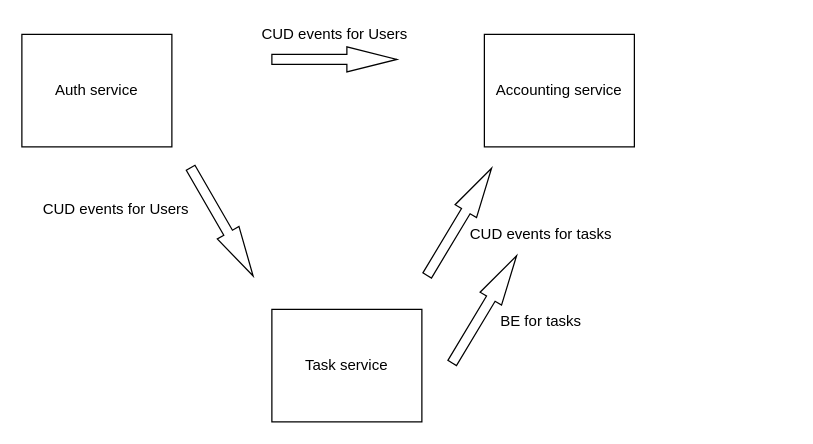
Earlier version of the draw.io diagram service_model.drawio (fedorov-dmitry/aTES). Source tidied: cells renumbered, new cells numbered last; positions are measured from the earlier drawing's top-left corner, leaving out a move shared by most shapes. Both pictures are drawn from the tidied source at 125%, with x=0, y=0 at pixel (21, 21).
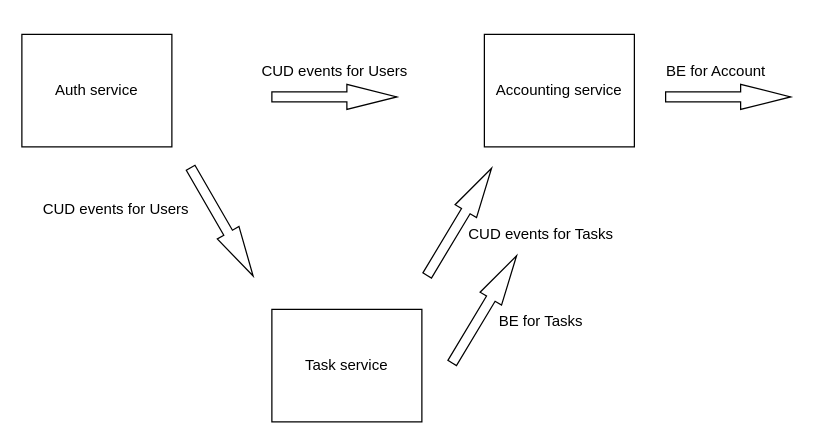
The same page after the edit.

Change to the diagram source:
```diff
@@
 <mxGraphModel>
   <root>
     <mxCell id="0" />
     <mxCell id="1" parent="0" />
     <mxCell id="2" value="Auth service" style="rounded=0;whiteSpace=wrap;html=1;" parent="1" vertex="1">
       <mxGeometry y="10" width="120" height="90" as="geometry" />
     </mxCell>
     <mxCell id="3" value="Task service" style="rounded=0;whiteSpace=wrap;html=1;" parent="1" vertex="1">
       <mxGeometry x="200" y="230" width="120" height="90" as="geometry" />
     </mxCell>
     <mxCell id="4" value="Accounting service" style="rounded=0;whiteSpace=wrap;html=1;" parent="1" vertex="1">
       <mxGeometry x="370" y="10" width="120" height="90" as="geometry" />
     </mxCell>
     <mxCell id="5" style="html=1;shadow=0;dashed=0;align=center;verticalAlign=middle;shape=mxgraph.arrows2.arrow;dy=0.6;dx=40;notch=0;" parent="1" vertex="1">
-      <mxGeometry x="200" y="20" width="100" height="20" as="geometry" />
+      <mxGeometry x="200" y="50" width="100" height="20" as="geometry" />
     </mxCell>
     <mxCell id="6" value="CUD events for Users" style="text;html=1;align=center;verticalAlign=middle;strokeColor=none;fillColor=none;" parent="1" vertex="1">
-      <mxGeometry x="185" width="130" height="20" as="geometry" />
+      <mxGeometry x="185" y="30" width="130" height="20" as="geometry" />
     </mxCell>
     <mxCell id="7" style="html=1;shadow=0;dashed=0;align=center;verticalAlign=middle;shape=mxgraph.arrows2.arrow;dy=0.6;dx=40;notch=0;rotation=60;" parent="1" vertex="1">
       <mxGeometry x="110" y="150" width="100" height="20" as="geometry" />
     </mxCell>
     <mxCell id="8" value="CUD events for Users" style="text;html=1;align=center;verticalAlign=middle;strokeColor=none;fillColor=none;" parent="1" vertex="1">
       <mxGeometry x="10" y="140" width="130" height="20" as="geometry" />
     </mxCell>
     <mxCell id="9" style="html=1;shadow=0;dashed=0;align=center;verticalAlign=middle;shape=mxgraph.arrows2.arrow;dy=0.6;dx=40;notch=0;rotation=-59;" parent="1" vertex="1">
       <mxGeometry x="300" y="150" width="100" height="20" as="geometry" />
     </mxCell>
-    <mxCell id="10" value="CUD events for tasks" style="text;html=1;align=center;verticalAlign=middle;strokeColor=none;fillColor=none;" parent="1" vertex="1">
+    <mxCell id="10" value="CUD events for Tasks" style="text;html=1;align=center;verticalAlign=middle;strokeColor=none;fillColor=none;" parent="1" vertex="1">
       <mxGeometry x="350" y="160" width="130" height="20" as="geometry" />
     </mxCell>
     <mxCell id="11" style="html=1;shadow=0;dashed=0;align=center;verticalAlign=middle;shape=mxgraph.arrows2.arrow;dy=0.6;dx=40;notch=0;rotation=-59;" parent="1" vertex="1">
       <mxGeometry x="320" y="220" width="100" height="20" as="geometry" />
     </mxCell>
-    <mxCell id="12" value="BE for tasks" style="text;html=1;align=center;verticalAlign=middle;strokeColor=none;fillColor=none;" parent="1" vertex="1">
+    <mxCell id="12" value="BE for Tasks" style="text;html=1;align=center;verticalAlign=middle;strokeColor=none;fillColor=none;" parent="1" vertex="1">
       <mxGeometry x="375" y="230" width="80" height="20" as="geometry" />
     </mxCell>
+    <mxCell id="13" style="html=1;shadow=0;dashed=0;align=center;verticalAlign=middle;shape=mxgraph.arrows2.arrow;dy=0.6;dx=40;notch=0;" parent="1" vertex="1">
+      <mxGeometry x="515" y="50" width="100" height="20" as="geometry" />
+    </mxCell>
+    <mxCell id="14" value="BE for Account" style="text;html=1;align=center;verticalAlign=middle;strokeColor=none;fillColor=none;" parent="1" vertex="1">
+      <mxGeometry x="510" y="30" width="90" height="20" as="geometry" />
+    </mxCell>
   </root>
 </mxGraphModel>
```
